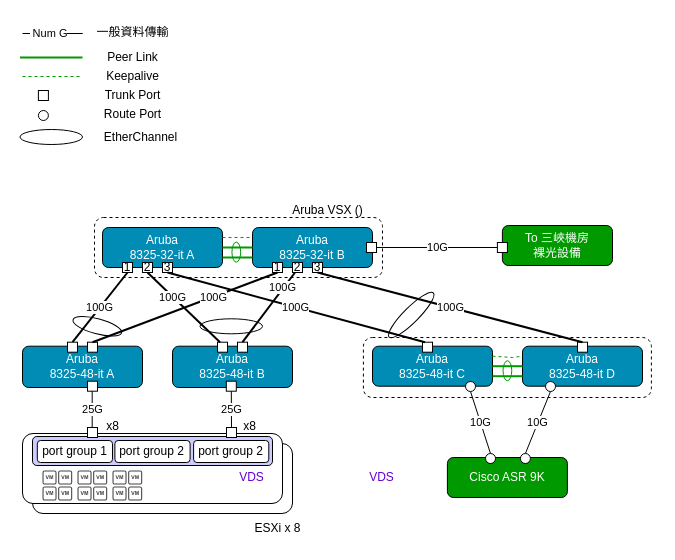
fisjacky/draw.io keeps this draw.io diagram as page "科大機房接線圖" (1 of 4) of moe.drawio. Above is the earlier version. Source tidied: cells renumbered, new cells numbered last; positions are measured from the earlier drawing's top-left corner, leaving out a move shared by most shapes. Both pictures are drawn from the tidied source at 100%, with x=0, y=0 at pixel (20, 17).
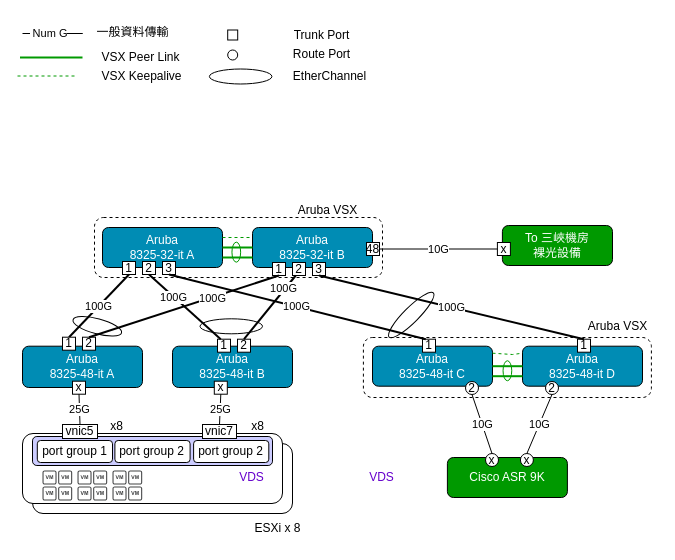
After the change.

The change refers to these unchanged cells:
```xml
<mxCell id="27" value="Aruba&lt;br&gt;8325-48-it C" style="rounded=1;whiteSpace=wrap;html=1;fontColor=#FFFFFF;fillColor=#008cb4;" parent="1" vertex="1">
  <mxGeometry x="352" y="328.7" width="120" height="40" as="geometry" />
</mxCell>
<mxCell id="28" value="Aruba&lt;br&gt;8325-48-it D" style="rounded=1;whiteSpace=wrap;html=1;fillColor=#008cb4;fontColor=#ffffff;" parent="1" vertex="1">
  <mxGeometry x="502" y="328.7" width="120" height="40" as="geometry" />
</mxCell>
```

The edit, as a diff of the source:
```diff
@@
     <mxCell id="5" value="1" style="rounded=0;whiteSpace=wrap;html=1;" parent="1" vertex="1">
-      <mxGeometry x="102" y="245" width="10" height="10" as="geometry" />
+      <mxGeometry x="102" y="244" width="13" height="13" as="geometry" />
     </mxCell>
     <mxCell id="6" value="2" style="rounded=0;whiteSpace=wrap;html=1;" parent="1" vertex="1">
-      <mxGeometry x="122" y="245" width="10" height="10" as="geometry" />
+      <mxGeometry x="122" y="244" width="13" height="13" as="geometry" />
     </mxCell>
     <mxCell id="7" value="3" style="rounded=0;whiteSpace=wrap;html=1;" parent="1" vertex="1">
-      <mxGeometry x="142" y="245" width="10" height="10" as="geometry" />
+      <mxGeometry x="142" y="244" width="13" height="13" as="geometry" />
     </mxCell>
@@
     <mxCell id="9" value="1" style="rounded=0;whiteSpace=wrap;html=1;" parent="1" vertex="1">
-      <mxGeometry x="252" y="245" width="10" height="10" as="geometry" />
+      <mxGeometry x="252" y="245" width="13" height="13" as="geometry" />
     </mxCell>
     <mxCell id="10" value="2" style="rounded=0;whiteSpace=wrap;html=1;" parent="1" vertex="1">
-      <mxGeometry x="272" y="245" width="10" height="10" as="geometry" />
+      <mxGeometry x="272" y="245" width="13" height="13" as="geometry" />
     </mxCell>
     <mxCell id="11" value="3" style="rounded=0;whiteSpace=wrap;html=1;" parent="1" vertex="1">
-      <mxGeometry x="292" y="245" width="10" height="10" as="geometry" />
+      <mxGeometry x="292" y="245" width="13" height="13" as="geometry" />
     </mxCell>
@@
-    <mxCell id="18" style="rounded=0;whiteSpace=wrap;html=1;" parent="1" vertex="1">
-      <mxGeometry x="47" y="324.7" width="10" height="10" as="geometry" />
+    <mxCell id="18" value="1" style="rounded=0;whiteSpace=wrap;html=1;" parent="1" vertex="1">
+      <mxGeometry x="42" y="319.7" width="13" height="13" as="geometry" />
     </mxCell>
-    <mxCell id="19" style="rounded=0;whiteSpace=wrap;html=1;" parent="1" vertex="1">
-      <mxGeometry x="67" y="324.7" width="10" height="10" as="geometry" />
+    <mxCell id="19" value="2" style="rounded=0;whiteSpace=wrap;html=1;" parent="1" vertex="1">
+      <mxGeometry x="62" y="319.7" width="13" height="13" as="geometry" />
     </mxCell>
-    <mxCell id="20" style="rounded=0;whiteSpace=wrap;html=1;" parent="1" vertex="1">
-      <mxGeometry x="197" y="324.7" width="10" height="10" as="geometry" />
+    <mxCell id="20" value="1" style="rounded=0;whiteSpace=wrap;html=1;" parent="1" vertex="1">
+      <mxGeometry x="197" y="321.7" width="13" height="13" as="geometry" />
     </mxCell>
-    <mxCell id="21" style="rounded=0;whiteSpace=wrap;html=1;" parent="1" vertex="1">
-      <mxGeometry x="217" y="324.7" width="10" height="10" as="geometry" />
+    <mxCell id="21" value="2" style="rounded=0;whiteSpace=wrap;html=1;" parent="1" vertex="1">
+      <mxGeometry x="217" y="321.7" width="13" height="13" as="geometry" />
     </mxCell>
@@
-    <mxCell id="31" style="endArrow=none;dashed=1;html=1;rounded=0;exitX=1;exitY=0.25;exitDx=0;exitDy=0;entryX=0;entryY=0.25;entryDx=0;entryDy=0;strokeColor=#009900;" parent="1" edge="1" source="27" target="28">
+    <mxCell id="31" style="endArrow=none;dashed=1;html=1;rounded=0;exitX=1;exitY=0.25;exitDx=0;exitDy=0;entryX=0;entryY=0.25;entryDx=0;entryDy=0;strokeColor=#009900;" parent="1" edge="1">
       <mxGeometry relative="1" as="geometry">
+        <mxPoint x="472" y="335.7" as="sourcePoint" />
+        <mxPoint x="502" y="335.7" as="targetPoint" />
         <Array as="points">
-          <mxPoint x="492" y="340" />
+          <mxPoint x="492" y="337" />
         </Array>
       </mxGeometry>
     </mxCell>
@@
-    <mxCell id="33" style="rounded=0;whiteSpace=wrap;html=1;" parent="1" vertex="1">
-      <mxGeometry x="557" y="324.7" width="10" height="10" as="geometry" />
+    <mxCell id="33" value="1" style="rounded=0;whiteSpace=wrap;html=1;" parent="1" vertex="1">
+      <mxGeometry x="557" y="321.7" width="13" height="13" as="geometry" />
     </mxCell>
-    <mxCell id="34" style="rounded=0;whiteSpace=wrap;html=1;" parent="1" vertex="1">
-      <mxGeometry x="402" y="324.7" width="10" height="10" as="geometry" />
+    <mxCell id="34" value="1" style="rounded=0;whiteSpace=wrap;html=1;" parent="1" vertex="1">
+      <mxGeometry x="402" y="321.7" width="13" height="13" as="geometry" />
     </mxCell>
@@
-    <mxCell id="40" style="rounded=0;whiteSpace=wrap;html=1;" parent="1" vertex="1">
-      <mxGeometry x="205.8" y="363.7" width="10" height="10" as="geometry" />
+    <mxCell id="40" value="x" style="rounded=0;whiteSpace=wrap;html=1;" parent="1" vertex="1">
+      <mxGeometry x="193.8" y="363.7" width="13" height="13" as="geometry" />
     </mxCell>
-    <mxCell id="41" style="rounded=0;whiteSpace=wrap;html=1;" parent="1" vertex="1">
-      <mxGeometry x="67" y="363.7" width="10" height="10" as="geometry" />
+    <mxCell id="41" value="x" style="rounded=0;whiteSpace=wrap;html=1;" parent="1" vertex="1">
+      <mxGeometry x="52" y="363.7" width="13" height="13" as="geometry" />
     </mxCell>
@@
-    <mxCell id="43" value="25G" style="endArrow=none;html=1;rounded=0;entryX=0.5;entryY=1;entryDx=0;entryDy=0;exitX=0.5;exitY=0;exitDx=0;exitDy=0;" parent="1" edge="1">
-      <mxGeometry relative="1" as="geometry">
-        <mxPoint x="71.7" y="409.7" as="sourcePoint" />
-        <mxPoint x="71.7" y="373.7" as="targetPoint" />
-      </mxGeometry>
+    <mxCell id="43" value="25G" style="endArrow=none;html=1;rounded=0;entryX=0.5;entryY=1;entryDx=0;entryDy=0;exitX=0.5;exitY=0;exitDx=0;exitDy=0;" parent="1" edge="1" source="49" target="41">
+      <mxGeometry x="0.01" relative="1" as="geometry" />
     </mxCell>
@@
-    <mxCell id="49" style="rounded=0;whiteSpace=wrap;html=1;" parent="1" vertex="1">
-      <mxGeometry x="67" y="410" width="10" height="10" as="geometry" />
+    <mxCell id="49" value="vnic5" style="rounded=0;whiteSpace=wrap;html=1;" parent="1" vertex="1">
+      <mxGeometry x="42" y="407" width="35" height="14" as="geometry" />
     </mxCell>
-    <mxCell id="50" style="rounded=0;whiteSpace=wrap;html=1;" parent="1" vertex="1">
-      <mxGeometry x="206" y="410" width="10" height="10" as="geometry" />
+    <mxCell id="50" value="vnic7" style="rounded=0;whiteSpace=wrap;html=1;" parent="1" vertex="1">
+      <mxGeometry x="182" y="407" width="34" height="14" as="geometry" />
     </mxCell>
@@
-    <mxCell id="56" style="rounded=0;whiteSpace=wrap;html=1;" parent="1" vertex="1">
-      <mxGeometry x="346" y="225" width="10" height="10" as="geometry" />
+    <mxCell id="56" value="48" style="rounded=0;whiteSpace=wrap;html=1;" parent="1" vertex="1">
+      <mxGeometry x="346" y="225" width="13" height="13" as="geometry" />
     </mxCell>
-    <mxCell id="57" style="rounded=0;whiteSpace=wrap;html=1;" parent="1" vertex="1">
-      <mxGeometry x="476.9" y="225" width="10" height="10" as="geometry" />
+    <mxCell id="57" value="x" style="rounded=0;whiteSpace=wrap;html=1;" parent="1" vertex="1">
+      <mxGeometry x="476.9" y="225" width="13" height="13" as="geometry" />
     </mxCell>
@@
     <mxCell id="61" style="endArrow=none;dashed=1;html=1;rounded=0;strokeColor=#009900;" parent="1" edge="1">
       <mxGeometry relative="1" as="geometry">
-        <mxPoint x="2" y="59" as="sourcePoint" />
-        <mxPoint x="62" y="59" as="targetPoint" />
+        <mxPoint x="-3" y="58.5" as="sourcePoint" />
+        <mxPoint x="57" y="58.5" as="targetPoint" />
         <Array as="points">
-          <mxPoint x="42" y="59" />
+          <mxPoint x="37" y="58.5" />
         </Array>
       </mxGeometry>
     </mxCell>
     <mxCell id="62" style="rounded=0;whiteSpace=wrap;html=1;" parent="1" vertex="1">
-      <mxGeometry x="17.9" y="73" width="10" height="10" as="geometry" />
+      <mxGeometry x="207.2" y="12.5" width="10" height="10" as="geometry" />
     </mxCell>
     <mxCell id="63" style="ellipse;whiteSpace=wrap;html=1;" parent="1" vertex="1">
-      <mxGeometry x="17.9" y="93" width="10" height="10" as="geometry" />
+      <mxGeometry x="207.2" y="32.5" width="10" height="10" as="geometry" />
     </mxCell>
@@
-    <mxCell id="65" value="Keepalive" style="text;html=1;align=center;verticalAlign=middle;strokeColor=none;fillColor=none;" parent="1" vertex="1">
-      <mxGeometry x="72" y="44" width="80" height="30" as="geometry" />
+    <mxCell id="65" value="VSX Keepalive" style="text;html=1;align=center;verticalAlign=middle;strokeColor=none;fillColor=none;" parent="1" vertex="1">
+      <mxGeometry x="71" y="44" width="100" height="30" as="geometry" />
     </mxCell>
     <mxCell id="66" value="Trunk Port" style="text;html=1;align=center;verticalAlign=middle;strokeColor=none;fillColor=none;" parent="1" vertex="1">
-      <mxGeometry x="72" y="63" width="80" height="30" as="geometry" />
+      <mxGeometry x="261.3" y="2.5" width="80" height="30" as="geometry" />
     </mxCell>
     <mxCell id="67" value="Route Port" style="text;html=1;align=center;verticalAlign=middle;strokeColor=none;fillColor=none;" parent="1" vertex="1">
-      <mxGeometry x="72" y="82" width="80" height="30" as="geometry" />
+      <mxGeometry x="261.4" y="21.5" width="80" height="30" as="geometry" />
     </mxCell>
     <mxCell id="68" style="ellipse;whiteSpace=wrap;html=1;rotation=0;fillColor=none;" parent="1" vertex="1">
-      <mxGeometry x="-0.5" y="112" width="62.5" height="15" as="geometry" />
+      <mxGeometry x="188.9" y="51.5" width="62.5" height="15" as="geometry" />
     </mxCell>
     <mxCell id="69" value="EtherChannel" style="text;html=1;align=center;verticalAlign=middle;strokeColor=none;fillColor=none;" parent="1" vertex="1">
-      <mxGeometry x="69.6" y="104.5" width="100" height="30" as="geometry" />
+      <mxGeometry x="259" y="44" width="100" height="30" as="geometry" />
     </mxCell>
@@
-    <mxCell id="71" value="Peer Link" style="text;html=1;align=center;verticalAlign=middle;strokeColor=none;fillColor=none;" parent="1" vertex="1">
-      <mxGeometry x="77" y="25" width="70" height="30" as="geometry" />
+    <mxCell id="71" value="VSX Peer Link" style="text;html=1;align=center;verticalAlign=middle;strokeColor=none;fillColor=none;" parent="1" vertex="1">
+      <mxGeometry x="69.6" y="25" width="100" height="30" as="geometry" />
     </mxCell>
@@
-    <mxCell id="74" style="ellipse;whiteSpace=wrap;html=1;" parent="1" vertex="1">
-      <mxGeometry x="445" y="364" width="10" height="10" as="geometry" />
+    <mxCell id="74" value="2" style="ellipse;whiteSpace=wrap;html=1;" parent="1" vertex="1">
+      <mxGeometry x="445" y="364" width="13" height="13" as="geometry" />
     </mxCell>
-    <mxCell id="75" style="ellipse;whiteSpace=wrap;html=1;" parent="1" vertex="1">
-      <mxGeometry x="525" y="364" width="10" height="10" as="geometry" />
+    <mxCell id="75" value="2" style="ellipse;whiteSpace=wrap;html=1;" parent="1" vertex="1">
+      <mxGeometry x="525" y="364" width="13" height="13" as="geometry" />
     </mxCell>
-    <mxCell id="76" style="ellipse;whiteSpace=wrap;html=1;" parent="1" vertex="1">
-      <mxGeometry x="499.9" y="436" width="10" height="10" as="geometry" />
+    <mxCell id="76" value="x" style="ellipse;whiteSpace=wrap;html=1;" parent="1" vertex="1">
+      <mxGeometry x="499.9" y="436" width="13" height="13" as="geometry" />
     </mxCell>
-    <mxCell id="77" style="ellipse;whiteSpace=wrap;html=1;" parent="1" vertex="1">
-      <mxGeometry x="465" y="436" width="10" height="10" as="geometry" />
+    <mxCell id="77" value="x" style="ellipse;whiteSpace=wrap;html=1;" parent="1" vertex="1">
+      <mxGeometry x="465" y="436" width="13" height="13" as="geometry" />
     </mxCell>
-    <mxCell id="78" value="Aruba VSX ()" style="text;html=1;align=center;verticalAlign=middle;strokeColor=none;fillColor=none;" parent="1" vertex="1">
-      <mxGeometry x="262" y="178" width="90" height="30" as="geometry" />
+    <mxCell id="78" value="Aruba VSX" style="text;html=1;align=center;verticalAlign=middle;strokeColor=none;fillColor=none;" parent="1" vertex="1">
+      <mxGeometry x="267" y="178" width="80" height="30" as="geometry" />
     </mxCell>
@@
     <mxCell id="81" value="x8" style="text;html=1;align=center;verticalAlign=middle;strokeColor=none;fillColor=none;" parent="1" vertex="1">
-      <mxGeometry x="209" y="394" width="40" height="30" as="geometry" />
+      <mxGeometry x="217" y="394" width="40" height="30" as="geometry" />
     </mxCell>
     <mxCell id="82" value="x8" style="text;html=1;align=center;verticalAlign=middle;strokeColor=none;fillColor=none;" parent="1" vertex="1">
-      <mxGeometry x="72" y="394" width="40" height="30" as="geometry" />
+      <mxGeometry x="76" y="394" width="40" height="30" as="geometry" />
     </mxCell>
@@
+    <mxCell id="84" value="Aruba VSX" style="text;html=1;align=center;verticalAlign=middle;strokeColor=none;fillColor=none;" parent="1" vertex="1">
+      <mxGeometry x="557" y="293.8" width="80" height="30" as="geometry" />
+    </mxCell>
```
